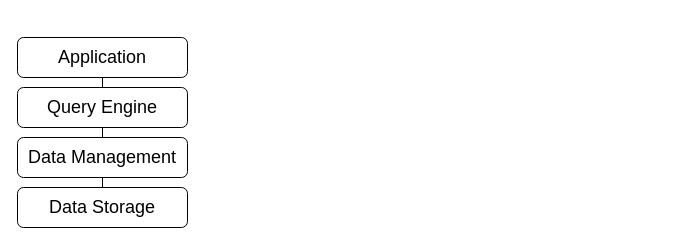
Above: page "datastack" (2 of 18) of diagrams/Diagrams.drawio in SebastianoMeneghin/apache-iceberg-as-offline-feature-store (draw.io), before the change. Source tidied: cells renumbered, new cells numbered last; positions are measured from the earlier drawing's top-left corner, leaving out a move shared by most shapes. Both pictures are drawn from the tidied source at 100%, with x=0, y=0 at pixel (17, 37).
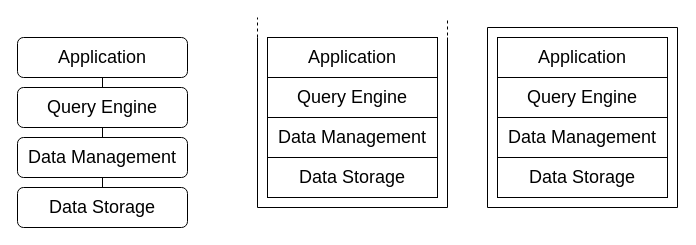
After the change.

The edit, as a diff of the source:
```diff
@@
+    <mxCell id="9" value="&lt;span style=&quot;font-size: 18px;&quot;&gt;Application&lt;/span&gt;" style="rounded=0;whiteSpace=wrap;html=1;" parent="1" vertex="1">
+      <mxGeometry x="480" width="170" height="40" as="geometry" />
+    </mxCell>
+    <mxCell id="10" value="&lt;span style=&quot;font-size: 18px;&quot;&gt;Query Engine&lt;/span&gt;" style="rounded=0;whiteSpace=wrap;html=1;" parent="1" vertex="1">
+      <mxGeometry x="480" y="40" width="170" height="40" as="geometry" />
+    </mxCell>
+    <mxCell id="11" value="&lt;span style=&quot;font-size: 18px;&quot;&gt;Data Management&lt;/span&gt;" style="rounded=0;whiteSpace=wrap;html=1;" parent="1" vertex="1">
+      <mxGeometry x="480" y="80" width="170" height="40" as="geometry" />
+    </mxCell>
+    <mxCell id="12" value="&lt;span style=&quot;font-size: 18px;&quot;&gt;Data Storage&lt;/span&gt;" style="rounded=0;whiteSpace=wrap;html=1;" parent="1" vertex="1">
+      <mxGeometry x="480" y="120" width="170" height="40" as="geometry" />
+    </mxCell>
+    <mxCell id="13" style="group;" parent="1" vertex="1">
+      <mxGeometry x="470" y="-10" width="190" height="180" as="geometry" />
+    </mxCell>
+    <mxCell id="14" style="endArrow=none;html=1;rounded=0;" parent="13" edge="1">
+      <mxGeometry relative="1" as="geometry">
+        <mxPoint y="180" as="sourcePoint" />
+        <mxPoint as="targetPoint" />
+      </mxGeometry>
+    </mxCell>
+    <mxCell id="15" style="endArrow=none;html=1;rounded=0;" parent="13" edge="1">
+      <mxGeometry relative="1" as="geometry">
+        <mxPoint y="180" as="sourcePoint" />
+        <mxPoint x="190" y="180" as="targetPoint" />
+      </mxGeometry>
+    </mxCell>
+    <mxCell id="16" style="endArrow=none;html=1;rounded=0;" parent="13" edge="1">
+      <mxGeometry relative="1" as="geometry">
+        <mxPoint as="sourcePoint" />
+        <mxPoint x="190" as="targetPoint" />
+      </mxGeometry>
+    </mxCell>
+    <mxCell id="17" style="endArrow=none;html=1;rounded=0;" parent="13" edge="1">
+      <mxGeometry relative="1" as="geometry">
+        <mxPoint x="190" y="180" as="sourcePoint" />
+        <mxPoint x="190" as="targetPoint" />
+      </mxGeometry>
+    </mxCell>
+    <mxCell id="18" style="group;" parent="1" vertex="1">
+      <mxGeometry x="240" y="-20" width="190" height="190" as="geometry" />
+    </mxCell>
+    <mxCell id="19" style="endArrow=none;html=1;rounded=0;" parent="18" edge="1">
+      <mxGeometry relative="1" as="geometry">
+        <mxPoint y="190" as="sourcePoint" />
+        <mxPoint y="20" as="targetPoint" />
+      </mxGeometry>
+    </mxCell>
+    <mxCell id="20" style="endArrow=none;html=1;rounded=0;" parent="18" edge="1">
+      <mxGeometry relative="1" as="geometry">
+        <mxPoint x="190" y="190" as="sourcePoint" />
+        <mxPoint x="190" y="20" as="targetPoint" />
+      </mxGeometry>
+    </mxCell>
+    <mxCell id="21" style="endArrow=none;html=1;rounded=0;" parent="18" edge="1">
+      <mxGeometry relative="1" as="geometry">
+        <mxPoint y="190" as="sourcePoint" />
+        <mxPoint x="190" y="190" as="targetPoint" />
+      </mxGeometry>
+    </mxCell>
+    <mxCell id="22" style="endArrow=none;dashed=1;html=1;rounded=0;" parent="18" edge="1">
+      <mxGeometry relative="1" as="geometry">
+        <mxPoint y="20" as="sourcePoint" />
+        <mxPoint as="targetPoint" />
+      </mxGeometry>
+    </mxCell>
+    <mxCell id="23" style="endArrow=none;dashed=1;html=1;rounded=0;" parent="18" edge="1">
+      <mxGeometry relative="1" as="geometry">
+        <mxPoint x="190" y="30" as="sourcePoint" />
+        <mxPoint x="190" as="targetPoint" />
+      </mxGeometry>
+    </mxCell>
+    <mxCell id="24" style="group;" parent="1" vertex="1">
+      <mxGeometry x="250" width="170" height="160" as="geometry" />
+    </mxCell>
+    <mxCell id="25" value="&lt;span style=&quot;font-size: 18px;&quot;&gt;Application&lt;/span&gt;" style="rounded=0;whiteSpace=wrap;html=1;" parent="24" vertex="1">
+      <mxGeometry width="170" height="40" as="geometry" />
+    </mxCell>
+    <mxCell id="26" value="&lt;span style=&quot;font-size: 18px;&quot;&gt;Query Engine&lt;/span&gt;" style="rounded=0;whiteSpace=wrap;html=1;" parent="24" vertex="1">
+      <mxGeometry y="40" width="170" height="40" as="geometry" />
+    </mxCell>
+    <mxCell id="27" value="&lt;span style=&quot;font-size: 18px;&quot;&gt;Data Management&lt;/span&gt;" style="rounded=0;whiteSpace=wrap;html=1;" parent="24" vertex="1">
+      <mxGeometry y="80" width="170" height="40" as="geometry" />
+    </mxCell>
+    <mxCell id="28" value="&lt;span style=&quot;font-size: 18px;&quot;&gt;Data Storage&lt;/span&gt;" style="rounded=0;whiteSpace=wrap;html=1;" parent="24" vertex="1">
+      <mxGeometry y="120" width="170" height="40" as="geometry" />
+    </mxCell>
```
